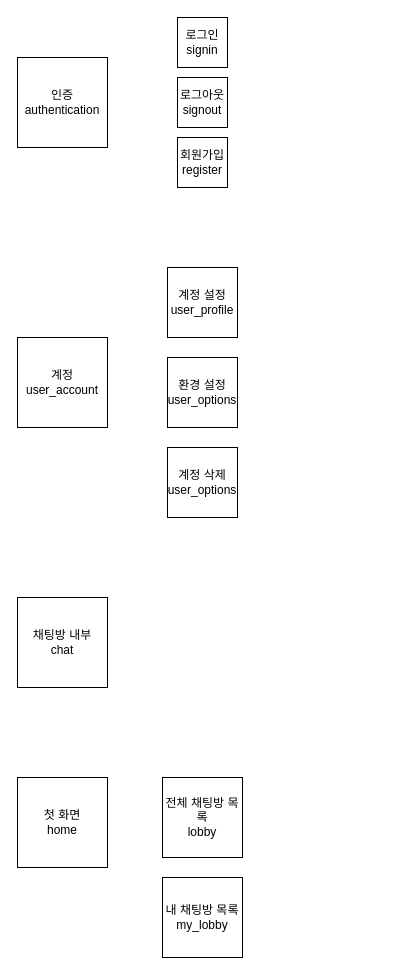
Above: diagrams/UML.drawio in RGB234/meeting_app (draw.io), before the change. Source tidied: cells renumbered, new cells numbered last; positions are measured from the earlier drawing's top-left corner, leaving out a move shared by most shapes. Both pictures are drawn from the tidied source at 100%, with x=0, y=0 at pixel (17, 17).
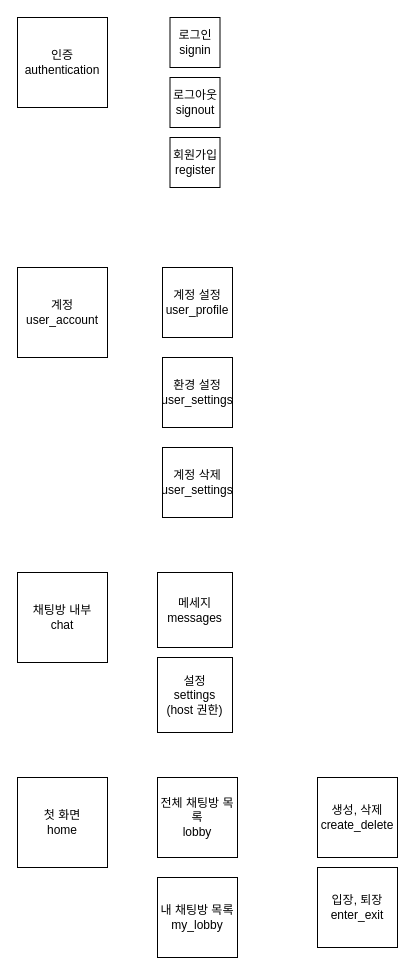
The same diagram, later.

Change to the diagram source:
```diff
@@
 <mxGraphModel>
   <root>
     <mxCell id="0" />
     <mxCell id="1" parent="0" />
     <mxCell id="2" value="인증&lt;div&gt;authentication&lt;/div&gt;" style="whiteSpace=wrap;html=1;" parent="1" vertex="1">
-      <mxGeometry y="40" width="90" height="90" as="geometry" />
+      <mxGeometry width="90" height="90" as="geometry" />
     </mxCell>
     <mxCell id="3" value="&lt;div&gt;계정&lt;/div&gt;&lt;div&gt;user_account&lt;/div&gt;" style="whiteSpace=wrap;html=1;" parent="1" vertex="1">
-      <mxGeometry y="320" width="90" height="90" as="geometry" />
+      <mxGeometry y="250" width="90" height="90" as="geometry" />
     </mxCell>
     <mxCell id="4" value="&lt;div&gt;채팅방 내부&lt;/div&gt;&lt;div&gt;chat&lt;/div&gt;" style="whiteSpace=wrap;html=1;" parent="1" vertex="1">
-      <mxGeometry y="580" width="90" height="90" as="geometry" />
+      <mxGeometry y="555" width="90" height="90" as="geometry" />
     </mxCell>
     <mxCell id="5" value="&lt;div&gt;전체 채팅방 목록&lt;/div&gt;&lt;div&gt;lobby&lt;/div&gt;" style="whiteSpace=wrap;html=1;" parent="1" vertex="1">
-      <mxGeometry x="145" y="760" width="80" height="80" as="geometry" />
+      <mxGeometry x="140" y="760" width="80" height="80" as="geometry" />
     </mxCell>
     <mxCell id="6" value="첫 화면&lt;div&gt;home&lt;/div&gt;" style="whiteSpace=wrap;html=1;" parent="1" vertex="1">
       <mxGeometry y="760" width="90" height="90" as="geometry" />
     </mxCell>
     <mxCell id="7" value="&lt;div&gt;내 채팅방 목록&lt;/div&gt;&lt;div&gt;my_&lt;span style=&quot;background-color: initial;&quot;&gt;lobby&lt;/span&gt;&lt;/div&gt;" style="whiteSpace=wrap;html=1;" parent="1" vertex="1">
-      <mxGeometry x="145" y="860" width="80" height="80" as="geometry" />
+      <mxGeometry x="140" y="860" width="80" height="80" as="geometry" />
     </mxCell>
     <mxCell id="8" value="&lt;div&gt;로그인&lt;/div&gt;signin" style="whiteSpace=wrap;html=1;" parent="1" vertex="1">
-      <mxGeometry x="160" width="50" height="50" as="geometry" />
+      <mxGeometry x="152.5" width="50" height="50" as="geometry" />
     </mxCell>
     <mxCell id="9" value="&lt;div&gt;로그아웃&lt;/div&gt;signout" style="whiteSpace=wrap;html=1;" parent="1" vertex="1">
-      <mxGeometry x="160" y="60" width="50" height="50" as="geometry" />
+      <mxGeometry x="152.5" y="60" width="50" height="50" as="geometry" />
     </mxCell>
     <mxCell id="10" value="&lt;div&gt;회원가입register&lt;/div&gt;" style="whiteSpace=wrap;html=1;" parent="1" vertex="1">
-      <mxGeometry x="160" y="120" width="50" height="50" as="geometry" />
+      <mxGeometry x="152.5" y="120" width="50" height="50" as="geometry" />
     </mxCell>
     <mxCell id="11" value="계정 설정&lt;div&gt;&lt;/div&gt;&lt;div&gt;user_profile&lt;/div&gt;" style="whiteSpace=wrap;html=1;" parent="1" vertex="1">
-      <mxGeometry x="150" y="250" width="70" height="70" as="geometry" />
+      <mxGeometry x="145" y="250" width="70" height="70" as="geometry" />
     </mxCell>
-    <mxCell id="12" value="환경 설정&lt;div&gt;&lt;/div&gt;&lt;div&gt;user_options&lt;/div&gt;" style="whiteSpace=wrap;html=1;" parent="1" vertex="1">
-      <mxGeometry x="150" y="340" width="70" height="70" as="geometry" />
+    <mxCell id="12" value="환경 설정&lt;div&gt;&lt;/div&gt;&lt;div&gt;user_settings&lt;/div&gt;" style="whiteSpace=wrap;html=1;" parent="1" vertex="1">
+      <mxGeometry x="145" y="340" width="70" height="70" as="geometry" />
     </mxCell>
-    <mxCell id="13" value="계정 삭제&lt;div&gt;user_options&lt;/div&gt;" style="whiteSpace=wrap;html=1;" parent="1" vertex="1">
-      <mxGeometry x="150" y="430" width="70" height="70" as="geometry" />
+    <mxCell id="13" value="계정 삭제&lt;div&gt;user_settings&lt;/div&gt;" style="whiteSpace=wrap;html=1;" parent="1" vertex="1">
+      <mxGeometry x="145" y="430" width="70" height="70" as="geometry" />
     </mxCell>
+    <mxCell id="14" value="&lt;div&gt;&lt;span style=&quot;background-color: initial;&quot;&gt;생성, 삭제&lt;/span&gt;&lt;br&gt;&lt;/div&gt;&lt;div&gt;create_delete&lt;span style=&quot;background-color: initial;&quot;&gt;&lt;br&gt;&lt;/span&gt;&lt;/div&gt;" style="whiteSpace=wrap;html=1;" parent="1" vertex="1">
+      <mxGeometry x="300" y="760" width="80" height="80" as="geometry" />
+    </mxCell>
+    <mxCell id="15" value="입장, 퇴장&lt;div&gt;enter_exit&lt;/div&gt;" style="whiteSpace=wrap;html=1;" parent="1" vertex="1">
+      <mxGeometry x="300" y="850" width="80" height="80" as="geometry" />
+    </mxCell>
+    <mxCell id="16" value="&lt;div&gt;메세지&lt;/div&gt;&lt;div&gt;messages&lt;/div&gt;" style="whiteSpace=wrap;html=1;" parent="1" vertex="1">
+      <mxGeometry x="140" y="555" width="75" height="75" as="geometry" />
+    </mxCell>
+    <mxCell id="17" value="&lt;div&gt;설정&lt;/div&gt;&lt;div&gt;settings&lt;/div&gt;&lt;div&gt;(host 권한)&lt;/div&gt;" style="whiteSpace=wrap;html=1;" parent="1" vertex="1">
+      <mxGeometry x="140" y="640" width="75" height="75" as="geometry" />
+    </mxCell>
   </root>
 </mxGraphModel>
```
